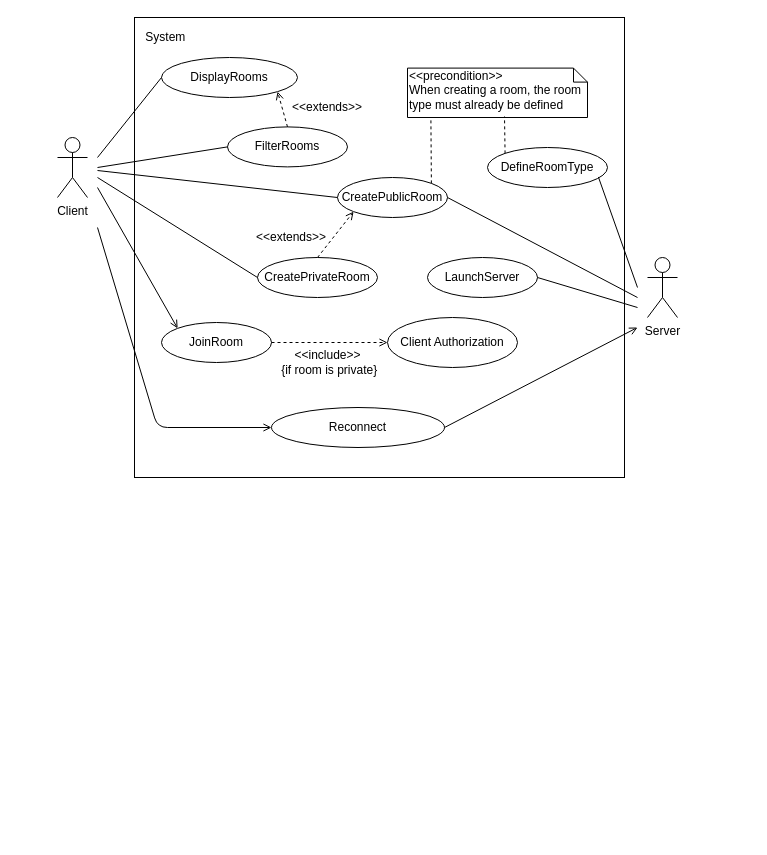
Before: doc/system-use_cases.drawio in StefanoSalvatori/PPS-18-scala-omg, a draw.io diagram. Source tidied: cells renumbered, new cells numbered last; positions are measured from the earlier drawing's top-left corner, leaving out a move shared by most shapes. Both pictures are drawn from the tidied source at 100%, with x=0, y=0 at pixel (57, 17).
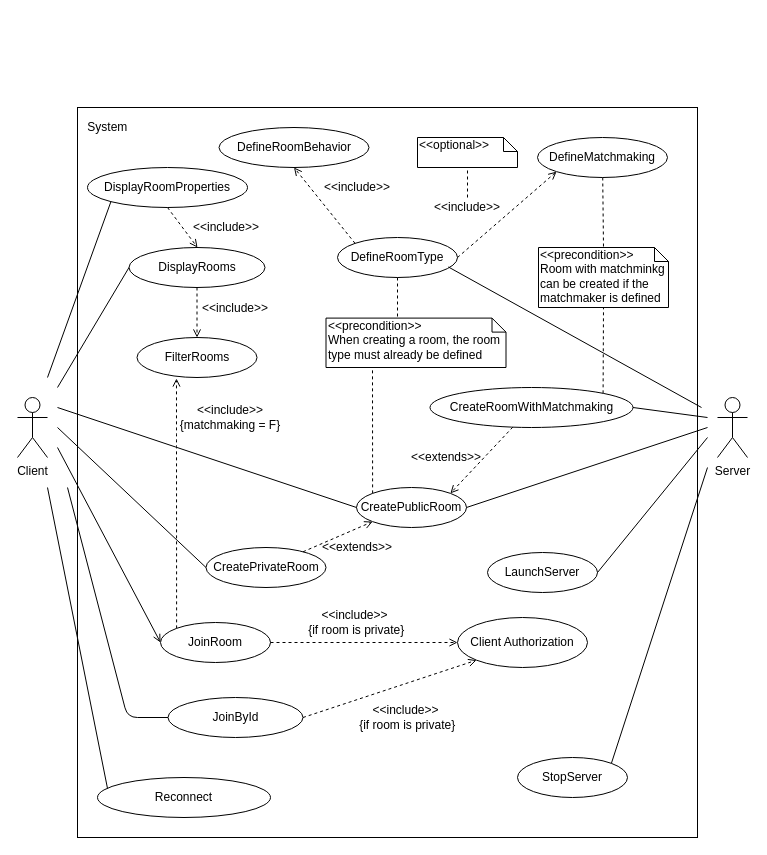
The same page after the edit.

Commit message (it also covers changes not shown here):
Improved requirements and use cases for matchmaking

Change to the diagram source:
```diff
@@
     <mxCell id="2" style="rounded=0;whiteSpace=wrap;html=1;fillColor=none;" parent="1" vertex="1">
-      <mxGeometry x="77" width="490" height="460" as="geometry" />
+      <mxGeometry x="20" y="90" width="620" height="730" as="geometry" />
     </mxCell>
     <mxCell id="3" value="Client" style="shape=umlActor;verticalLabelPosition=bottom;labelBackgroundColor=#ffffff;verticalAlign=top;html=1;fillColor=none;" parent="1" vertex="1">
-      <mxGeometry y="120" width="30" height="60" as="geometry" />
+      <mxGeometry x="-40" y="380" width="30" height="60" as="geometry" />
     </mxCell>
     <mxCell id="4" value="Server" style="shape=umlActor;verticalLabelPosition=bottom;labelBackgroundColor=#ffffff;verticalAlign=top;html=1;fillColor=none;" parent="1" vertex="1">
-      <mxGeometry x="590" y="240" width="30" height="60" as="geometry" />
+      <mxGeometry x="660" y="380" width="30" height="60" as="geometry" />
     </mxCell>
     <mxCell id="5" value="LaunchServer" style="ellipse;whiteSpace=wrap;html=1;fillColor=none;" parent="1" vertex="1">
-      <mxGeometry x="370" y="240" width="110" height="40" as="geometry" />
+      <mxGeometry x="430" y="535" width="110" height="40" as="geometry" />
     </mxCell>
     <mxCell id="6" value="DefineRoomType" style="ellipse;whiteSpace=wrap;html=1;fillColor=none;" parent="1" vertex="1">
-      <mxGeometry x="430" y="130" width="120" height="40" as="geometry" />
+      <mxGeometry x="280" y="220" width="120" height="40" as="geometry" />
     </mxCell>
     <mxCell id="7" value="CreatePublicRoom" style="ellipse;whiteSpace=wrap;html=1;fillColor=none;" parent="1" vertex="1">
-      <mxGeometry x="280" y="160" width="110" height="40" as="geometry" />
+      <mxGeometry x="299" y="470" width="110" height="40" as="geometry" />
     </mxCell>
     <mxCell id="8" value="JoinRoom" style="ellipse;whiteSpace=wrap;html=1;fillColor=none;" parent="1" vertex="1">
-      <mxGeometry x="104" y="305" width="110" height="40" as="geometry" />
+      <mxGeometry x="103" y="605" width="110" height="40" as="geometry" />
     </mxCell>
     <mxCell id="9" value="DisplayRooms" style="ellipse;whiteSpace=wrap;html=1;fillColor=none;" parent="1" vertex="1">
-      <mxGeometry x="104" y="40" width="136" height="40" as="geometry" />
+      <mxGeometry x="71.5" y="230" width="136" height="40" as="geometry" />
     </mxCell>
     <mxCell id="10" value="CreatePrivateRoom" style="ellipse;whiteSpace=wrap;html=1;fillColor=none;" parent="1" vertex="1">
-      <mxGeometry x="200" y="240" width="120" height="40" as="geometry" />
+      <mxGeometry x="148.5" y="530" width="120" height="40" as="geometry" />
     </mxCell>
-    <mxCell id="11" style="endArrow=open;html=1;exitX=0.5;exitY=0;exitDx=0;exitDy=0;entryX=0;entryY=1;entryDx=0;entryDy=0;endFill=0;dashed=1;" parent="1" edge="1" source="10" target="7">
+    <mxCell id="11" style="endArrow=open;html=1;entryX=0;entryY=1;entryDx=0;entryDy=0;endFill=0;dashed=1;" parent="1" edge="1" source="10" target="7">
       <mxGeometry relative="1" as="geometry" />
     </mxCell>
     <mxCell id="12" value="&amp;lt;&amp;lt;extends&amp;gt;&amp;gt;" style="text;html=1;strokeColor=none;fillColor=none;align=center;verticalAlign=middle;whiteSpace=wrap;rounded=0;" parent="1" vertex="1">
-      <mxGeometry x="214" y="210" width="40" height="20" as="geometry" />
+      <mxGeometry x="280" y="520" width="40" height="20" as="geometry" />
     </mxCell>
     <mxCell id="13" style="endArrow=none;html=1;entryX=0;entryY=0.5;entryDx=0;entryDy=0;" parent="1" edge="1" target="7">
       <mxGeometry relative="1" as="geometry">
-        <mxPoint x="40" y="153" as="sourcePoint" />
+        <mxPoint y="390" as="sourcePoint" />
       </mxGeometry>
     </mxCell>
     <mxCell id="14" style="endArrow=none;html=1;exitX=1;exitY=0.5;exitDx=0;exitDy=0;" parent="1" edge="1" source="7">
       <mxGeometry relative="1" as="geometry">
-        <mxPoint x="580" y="280" as="targetPoint" />
+        <mxPoint x="650" y="410" as="targetPoint" />
       </mxGeometry>
     </mxCell>
     <mxCell id="15" style="endArrow=none;html=1;entryX=0;entryY=0.5;entryDx=0;entryDy=0;" parent="1" edge="1" target="10">
       <mxGeometry relative="1" as="geometry">
-        <mxPoint x="40" y="160" as="sourcePoint" />
+        <mxPoint y="410" as="sourcePoint" />
       </mxGeometry>
     </mxCell>
     <mxCell id="16" value="&amp;lt;&amp;lt;precondition&amp;gt;&amp;gt;&lt;br&gt;When creating a room, the room type must already be defined" style="shape=note;whiteSpace=wrap;html=1;size=14;verticalAlign=top;align=left;spacingTop=-6;fillColor=none;" parent="1" vertex="1">
-      <mxGeometry x="350" y="50.6" width="180" height="49.4" as="geometry" />
+      <mxGeometry x="268.5" y="300.6" width="180" height="49.4" as="geometry" />
     </mxCell>
-    <mxCell id="17" style="endArrow=none;dashed=1;html=1;exitX=1;exitY=0;exitDx=0;exitDy=0;entryX=0.13;entryY=1.013;entryDx=0;entryDy=0;entryPerimeter=0;" parent="1" edge="1" source="7" target="16">
-      <mxGeometry relative="1" as="geometry" />
+    <mxCell id="17" style="endArrow=none;dashed=1;html=1;exitX=0;exitY=0;exitDx=0;exitDy=0;" parent="1" edge="1" source="7">
+      <mxGeometry relative="1" as="geometry">
+        <mxPoint x="315" y="351" as="targetPoint" />
+      </mxGeometry>
     </mxCell>
-    <mxCell id="18" style="endArrow=none;dashed=1;html=1;exitX=0;exitY=0;exitDx=0;exitDy=0;entryX=0.539;entryY=0.98;entryDx=0;entryDy=0;entryPerimeter=0;" parent="1" edge="1" source="6" target="16">
-      <mxGeometry relative="1" as="geometry" />
+    <mxCell id="18" style="endArrow=none;dashed=1;html=1;exitX=0.5;exitY=1;exitDx=0;exitDy=0;" parent="1" edge="1" source="6">
+      <mxGeometry relative="1" as="geometry">
+        <mxPoint x="340" y="301" as="targetPoint" />
+      </mxGeometry>
     </mxCell>
     <mxCell id="19" style="endArrow=none;html=1;exitX=0.924;exitY=0.737;exitDx=0;exitDy=0;exitPerimeter=0;" parent="1" edge="1" source="6">
       <mxGeometry relative="1" as="geometry">
-        <mxPoint x="580" y="270" as="targetPoint" />
+        <mxPoint x="644" y="390" as="targetPoint" />
       </mxGeometry>
     </mxCell>
     <mxCell id="20" style="endArrow=none;html=1;exitX=1;exitY=0.5;exitDx=0;exitDy=0;" parent="1" edge="1" source="5">
       <mxGeometry relative="1" as="geometry">
-        <mxPoint x="580" y="290" as="targetPoint" />
+        <mxPoint x="650" y="420" as="targetPoint" />
       </mxGeometry>
     </mxCell>
     <mxCell id="21" style="endArrow=none;html=1;entryX=0;entryY=0.5;entryDx=0;entryDy=0;" parent="1" edge="1" target="9">
       <mxGeometry relative="1" as="geometry">
-        <mxPoint x="40" y="140" as="sourcePoint" />
+        <mxPoint y="370" as="sourcePoint" />
       </mxGeometry>
     </mxCell>
-    <mxCell id="22" style="endArrow=open;html=1;entryX=0;entryY=0;entryDx=0;entryDy=0;endFill=0;" parent="1" edge="1" target="8">
+    <mxCell id="22" style="endArrow=open;html=1;entryX=0;entryY=0.5;entryDx=0;entryDy=0;endFill=0;" parent="1" edge="1" target="8">
       <mxGeometry relative="1" as="geometry">
-        <mxPoint x="40" y="170" as="sourcePoint" />
+        <mxPoint y="430" as="sourcePoint" />
       </mxGeometry>
     </mxCell>
     <mxCell id="23" value="FilterRooms" style="ellipse;whiteSpace=wrap;html=1;fillColor=none;" parent="1" vertex="1">
-      <mxGeometry x="170" y="109.4" width="120" height="40" as="geometry" />
+      <mxGeometry x="79.5" y="320" width="120" height="40" as="geometry" />
     </mxCell>
-    <mxCell id="24" style="endArrow=none;html=1;entryX=0;entryY=0.5;entryDx=0;entryDy=0;" parent="1" edge="1" target="23">
-      <mxGeometry relative="1" as="geometry">
-        <mxPoint x="40" y="150" as="sourcePoint" />
-      </mxGeometry>
-    </mxCell>
-    <mxCell id="25" style="endArrow=open;html=1;exitX=0.5;exitY=0;exitDx=0;exitDy=0;entryX=1;entryY=1;entryDx=0;entryDy=0;endFill=0;dashed=1;" parent="1" edge="1" source="23" target="9">
-      <mxGeometry relative="1" as="geometry" />
-    </mxCell>
-    <mxCell id="26" value="&amp;lt;&amp;lt;extends&amp;gt;&amp;gt;" style="text;html=1;strokeColor=none;fillColor=none;align=center;verticalAlign=middle;whiteSpace=wrap;rounded=0;" parent="1" vertex="1">
-      <mxGeometry x="250" y="80" width="40" height="20" as="geometry" />
+    <mxCell id="26" value="&amp;lt;&amp;lt;include&amp;gt;&amp;gt;" style="text;html=1;strokeColor=none;fillColor=none;align=center;verticalAlign=middle;whiteSpace=wrap;rounded=0;" parent="1" vertex="1">
+      <mxGeometry x="158" y="280.6" width="40" height="20" as="geometry" />
     </mxCell>
     <mxCell id="27" value="Client Authorization" style="ellipse;whiteSpace=wrap;html=1;fillColor=none;" parent="1" vertex="1">
-      <mxGeometry x="330" y="300" width="130" height="50" as="geometry" />
+      <mxGeometry x="400" y="600" width="130" height="50" as="geometry" />
     </mxCell>
@@
     <mxCell id="29" value="&amp;lt;&amp;lt;include&amp;gt;&amp;gt;&lt;br&gt;&amp;nbsp;{if room is private}" style="text;html=1;strokeColor=none;fillColor=none;align=center;verticalAlign=middle;whiteSpace=wrap;rounded=0;" parent="1" vertex="1">
-      <mxGeometry x="218.5" y="330" width="103" height="30" as="geometry" />
+      <mxGeometry x="245.5" y="590" width="103" height="30" as="geometry" />
     </mxCell>
     <mxCell id="30" value="System&amp;nbsp;" style="text;html=1;strokeColor=none;fillColor=none;align=center;verticalAlign=middle;whiteSpace=wrap;rounded=0;" parent="1" vertex="1">
-      <mxGeometry x="90" y="10" width="40" height="20" as="geometry" />
+      <mxGeometry x="31.5" y="100" width="40" height="20" as="geometry" />
     </mxCell>
     <mxCell id="31" value="Reconnect" style="ellipse;whiteSpace=wrap;html=1;" parent="1" vertex="1">
-      <mxGeometry x="214" y="390" width="173" height="40" as="geometry" />
+      <mxGeometry x="40" y="760" width="173" height="40" as="geometry" />
     </mxCell>
-    <mxCell id="32" style="endArrow=open;html=1;endFill=0;entryX=0;entryY=0.5;entryDx=0;entryDy=0;" parent="1" edge="1" target="31">
-      <mxGeometry relative="1" as="geometry">
-        <mxPoint x="40" y="210" as="sourcePoint" />
-        <Array as="points">
-          <mxPoint x="100" y="410" />
-        </Array>
-      </mxGeometry>
-    </mxCell>
-    <mxCell id="33" style="endArrow=open;html=1;exitX=1;exitY=0.5;exitDx=0;exitDy=0;endFill=0;" parent="1" edge="1" source="31">
-      <mxGeometry relative="1" as="geometry">
-        <mxPoint x="580" y="310" as="targetPoint" />
-      </mxGeometry>
-    </mxCell>
+    <mxCell id="34" value="StopServer" style="ellipse;whiteSpace=wrap;html=1;fillColor=none;" parent="1" vertex="1">
+      <mxGeometry x="460" y="740" width="110" height="40" as="geometry" />
+    </mxCell>
+    <mxCell id="35" style="endArrow=none;html=1;exitX=1;exitY=0;exitDx=0;exitDy=0;" parent="1" edge="1" source="34">
+      <mxGeometry relative="1" as="geometry">
+        <mxPoint x="650" y="450" as="targetPoint" />
+      </mxGeometry>
+    </mxCell>
+    <mxCell id="36" value="DefineRoomBehavior" style="ellipse;whiteSpace=wrap;html=1;" parent="1" vertex="1">
+      <mxGeometry x="161.5" y="110" width="150" height="40" as="geometry" />
+    </mxCell>
+    <mxCell id="37" style="endArrow=open;html=1;exitX=0;exitY=0;exitDx=0;exitDy=0;entryX=0.5;entryY=1;entryDx=0;entryDy=0;dashed=1;endFill=0;" parent="1" edge="1" source="6" target="36">
+      <mxGeometry relative="1" as="geometry" />
+    </mxCell>
+    <mxCell id="38" value="&amp;lt;&amp;lt;include&amp;gt;&amp;gt;" style="text;html=1;strokeColor=none;fillColor=none;align=center;verticalAlign=middle;whiteSpace=wrap;rounded=0;" parent="1" vertex="1">
+      <mxGeometry x="390" y="180" width="40" height="20" as="geometry" />
+    </mxCell>
+    <mxCell id="39" style="endArrow=open;html=1;entryX=0;entryY=1;entryDx=0;entryDy=0;dashed=1;endFill=0;exitX=1;exitY=0.5;exitDx=0;exitDy=0;" parent="1" edge="1" source="6" target="40">
+      <mxGeometry relative="1" as="geometry" />
+    </mxCell>
+    <mxCell id="40" value="DefineMatchmaking" style="ellipse;whiteSpace=wrap;html=1;" parent="1" vertex="1">
+      <mxGeometry x="480" y="120" width="130" height="40" as="geometry" />
+    </mxCell>
+    <mxCell id="41" value="&amp;lt;&amp;lt;include&amp;gt;&amp;gt;" style="text;html=1;strokeColor=none;fillColor=none;align=center;verticalAlign=middle;whiteSpace=wrap;rounded=0;" parent="1" vertex="1">
+      <mxGeometry x="280" y="160" width="40" height="20" as="geometry" />
+    </mxCell>
+    <mxCell id="42" value="&amp;lt;&amp;lt;precondition&amp;gt;&amp;gt;&lt;br&gt;Room with matchminkg can be created if the matchmaker is defined" style="shape=note;whiteSpace=wrap;html=1;size=14;verticalAlign=top;align=left;spacingTop=-6;" parent="1" vertex="1">
+      <mxGeometry x="481" y="230" width="130" height="60" as="geometry" />
+    </mxCell>
+    <mxCell id="43" style="endArrow=none;dashed=1;html=1;entryX=0.5;entryY=0;entryDx=0;entryDy=0;entryPerimeter=0;" parent="1" edge="1" source="40" target="42">
+      <mxGeometry relative="1" as="geometry" />
+    </mxCell>
+    <mxCell id="44" value="CreateRoomWithMatchmaking" style="ellipse;whiteSpace=wrap;html=1;" parent="1" vertex="1">
+      <mxGeometry x="372.5" y="370" width="203" height="40" as="geometry" />
+    </mxCell>
+    <mxCell id="45" style="endArrow=none;html=1;exitX=1;exitY=0.5;exitDx=0;exitDy=0;" parent="1" edge="1" source="44">
+      <mxGeometry relative="1" as="geometry">
+        <mxPoint x="650" y="400" as="targetPoint" />
+      </mxGeometry>
+    </mxCell>
+    <mxCell id="46" style="endArrow=open;html=1;entryX=1;entryY=0;entryDx=0;entryDy=0;endFill=0;dashed=1;" parent="1" edge="1" source="44" target="7">
+      <mxGeometry relative="1" as="geometry" />
+    </mxCell>
+    <mxCell id="47" value="&amp;lt;&amp;lt;extends&amp;gt;&amp;gt;" style="text;html=1;strokeColor=none;fillColor=none;align=center;verticalAlign=middle;whiteSpace=wrap;rounded=0;" parent="1" vertex="1">
+      <mxGeometry x="369" y="430" width="40" height="20" as="geometry" />
+    </mxCell>
+    <mxCell id="48" style="endArrow=none;dashed=1;html=1;entryX=0.5;entryY=1;entryDx=0;entryDy=0;entryPerimeter=0;rounded=1;exitX=1;exitY=0;exitDx=0;exitDy=0;" parent="1" edge="1" source="44" target="42">
+      <mxGeometry relative="1" as="geometry" />
+    </mxCell>
+    <mxCell id="49" value="&amp;lt;&amp;lt;optional&amp;gt;&amp;gt;" style="shape=note;whiteSpace=wrap;html=1;size=14;verticalAlign=top;align=left;spacingTop=-6;" parent="1" vertex="1">
+      <mxGeometry x="360" y="120" width="100" height="30" as="geometry" />
+    </mxCell>
+    <mxCell id="50" style="endArrow=none;dashed=1;html=1;entryX=0.5;entryY=1;entryDx=0;entryDy=0;entryPerimeter=0;exitX=0.5;exitY=0;exitDx=0;exitDy=0;" parent="1" edge="1" source="38" target="49">
+      <mxGeometry relative="1" as="geometry" />
+    </mxCell>
+    <mxCell id="51" style="endArrow=open;html=1;endFill=0;dashed=1;" parent="1" edge="1" source="9" target="23">
+      <mxGeometry relative="1" as="geometry" />
+    </mxCell>
+    <mxCell id="52" style="endArrow=open;html=1;endFill=0;dashed=1;entryX=0.329;entryY=1.025;entryDx=0;entryDy=0;exitX=0;exitY=0;exitDx=0;exitDy=0;entryPerimeter=0;" parent="1" edge="1" source="8" target="23">
+      <mxGeometry relative="1" as="geometry">
+        <Array as="points">
+          <mxPoint x="119" y="420" />
+        </Array>
+      </mxGeometry>
+    </mxCell>
+    <mxCell id="53" value="&amp;lt;&amp;lt;include&amp;gt;&amp;gt;&lt;br&gt;{matchmaking = F}" style="text;html=1;strokeColor=none;fillColor=none;align=center;verticalAlign=middle;whiteSpace=wrap;rounded=0;" parent="1" vertex="1">
+      <mxGeometry x="100" y="390" width="145.5" height="20" as="geometry" />
+    </mxCell>
+    <mxCell id="54" style="endArrow=none;html=1;entryX=0.058;entryY=0.275;entryDx=0;entryDy=0;entryPerimeter=0;" parent="1" edge="1" target="31">
+      <mxGeometry relative="1" as="geometry">
+        <mxPoint x="-10" y="470" as="sourcePoint" />
+      </mxGeometry>
+    </mxCell>
+    <mxCell id="55" value="JoinById" style="ellipse;whiteSpace=wrap;html=1;" parent="1" vertex="1">
+      <mxGeometry x="110.5" y="680" width="135" height="40" as="geometry" />
+    </mxCell>
+    <mxCell id="56" style="endArrow=none;html=1;entryX=0;entryY=0.5;entryDx=0;entryDy=0;" parent="1" edge="1" target="55">
+      <mxGeometry relative="1" as="geometry">
+        <mxPoint x="10" y="470" as="sourcePoint" />
+        <Array as="points">
+          <mxPoint x="70" y="700" />
+        </Array>
+      </mxGeometry>
+    </mxCell>
+    <mxCell id="57" style="endArrow=open;html=1;exitX=1;exitY=0.5;exitDx=0;exitDy=0;entryX=0;entryY=1;entryDx=0;entryDy=0;endFill=0;dashed=1;" parent="1" edge="1" source="55" target="27">
+      <mxGeometry relative="1" as="geometry" />
+    </mxCell>
+    <mxCell id="58" value="&amp;lt;&amp;lt;include&amp;gt;&amp;gt;&lt;br&gt;&amp;nbsp;{if room is private}" style="text;html=1;strokeColor=none;fillColor=none;align=center;verticalAlign=middle;whiteSpace=wrap;rounded=0;" parent="1" vertex="1">
+      <mxGeometry x="297" y="685" width="103" height="30" as="geometry" />
+    </mxCell>
+    <mxCell id="59" value="DisplayRoomProperties" style="ellipse;whiteSpace=wrap;html=1;" parent="1" vertex="1">
+      <mxGeometry x="30" y="150" width="160" height="40" as="geometry" />
+    </mxCell>
+    <mxCell id="60" style="endArrow=none;html=1;entryX=0;entryY=1;entryDx=0;entryDy=0;" parent="1" edge="1" target="59">
+      <mxGeometry relative="1" as="geometry">
+        <mxPoint x="-10" y="360" as="sourcePoint" />
+      </mxGeometry>
+    </mxCell>
+    <mxCell id="61" style="endArrow=open;html=1;endFill=0;dashed=1;exitX=0.5;exitY=1;exitDx=0;exitDy=0;" parent="1" edge="1" source="59">
+      <mxGeometry relative="1" as="geometry">
+        <mxPoint x="140" y="230" as="targetPoint" />
+      </mxGeometry>
+    </mxCell>
+    <mxCell id="62" value="&amp;lt;&amp;lt;include&amp;gt;&amp;gt;" style="text;html=1;strokeColor=none;fillColor=none;align=center;verticalAlign=middle;whiteSpace=wrap;rounded=0;" parent="1" vertex="1">
+      <mxGeometry x="148.5" y="200" width="40" height="20" as="geometry" />
+    </mxCell>
```
